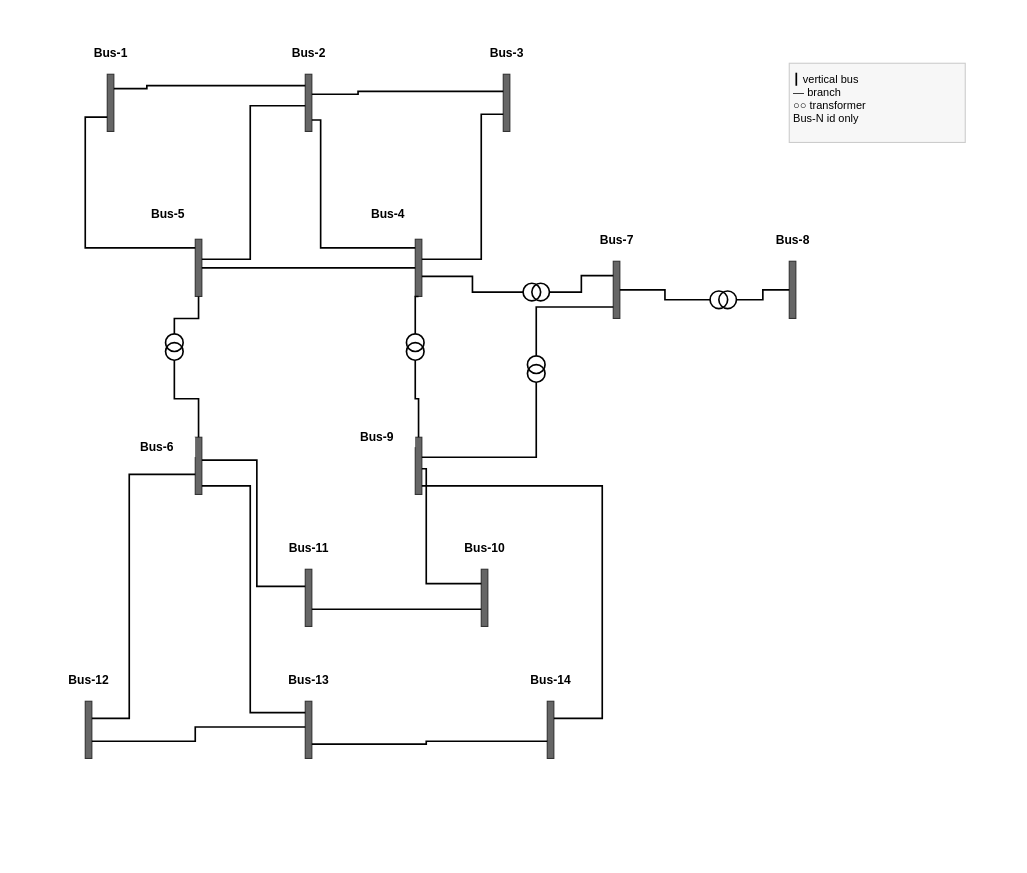
InterPSS-Project/ipss-agent keeps this draw.io diagram as wspace/data/ieee/Ieee14Bus/diagram/ieee14-oneline.drawio. Above is the earlier version. Source tidied: cells renumbered, new cells numbered last; positions are measured from the earlier drawing's top-left corner, leaving out a move shared by most shapes. Both pictures are drawn from the tidied source at 110%, with x=0, y=0 at pixel (19, 19).
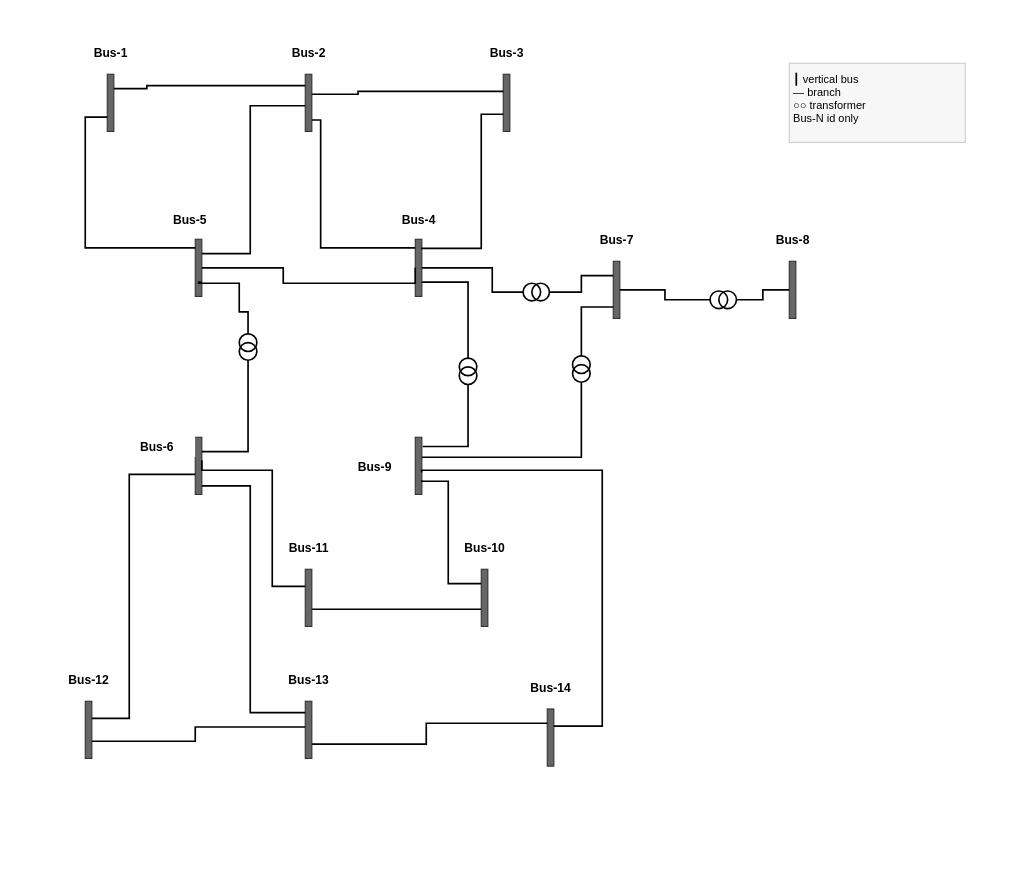
The same page after the edit.

Unchanged cells that the change refers to:
```xml
<mxCell id="6" style="rounded=0;fillColor=#666666;strokeColor=#333333;" parent="1" vertex="1">
  <mxGeometry x="260" y="50" width="6" height="52" as="geometry" />
</mxCell>
<mxCell id="8" style="rounded=0;fillColor=#666666;strokeColor=#333333;" parent="1" vertex="1">
  <mxGeometry x="440" y="50" width="6" height="52" as="geometry" />
</mxCell>
<mxCell id="10" style="rounded=0;fillColor=#666666;strokeColor=#333333;" parent="1" vertex="1">
  <mxGeometry x="360" y="200" width="6" height="52" as="geometry" />
</mxCell>
<mxCell id="12" style="rounded=0;fillColor=#666666;strokeColor=#333333;" parent="1" vertex="1">
  <mxGeometry x="160" y="200" width="6" height="52" as="geometry" />
</mxCell>
<mxCell id="18" style="rounded=0;fillColor=#666666;strokeColor=#333333;" parent="1" vertex="1">
  <mxGeometry x="160" y="380" width="6" height="52" as="geometry" />
</mxCell>
<mxCell id="20" style="rounded=0;fillColor=#666666;strokeColor=#333333;" parent="1" vertex="1">
  <mxGeometry x="360" y="380" width="6" height="52" as="geometry" />
</mxCell>
<mxCell id="22" style="rounded=0;fillColor=#666666;strokeColor=#333333;" parent="1" vertex="1">
  <mxGeometry x="260" y="500" width="6" height="52" as="geometry" />
</mxCell>
<mxCell id="24" style="rounded=0;fillColor=#666666;strokeColor=#333333;" parent="1" vertex="1">
  <mxGeometry x="420" y="500" width="6" height="52" as="geometry" />
</mxCell>
<mxCell id="28" style="rounded=0;fillColor=#666666;strokeColor=#333333;" parent="1" vertex="1">
  <mxGeometry x="260" y="620" width="6" height="52" as="geometry" />
</mxCell>
<mxCell id="61" style="ellipse;fillColor=none;strokeColor=#000000;strokeWidth=1.5;" parent="60" vertex="1">
  <mxGeometry width="16" height="16" as="geometry" />
</mxCell>
<mxCell id="62" style="ellipse;fillColor=none;strokeColor=#000000;strokeWidth=1.5;" parent="60" vertex="1">
  <mxGeometry y="8" width="16" height="16" as="geometry" />
</mxCell>
<mxCell id="67" style="ellipse;fillColor=none;strokeColor=#000000;strokeWidth=1.5;" parent="66" vertex="1">
  <mxGeometry width="16" height="16" as="geometry" />
</mxCell>
<mxCell id="68" style="ellipse;fillColor=none;strokeColor=#000000;strokeWidth=1.5;" parent="66" vertex="1">
  <mxGeometry y="8" width="16" height="16" as="geometry" />
</mxCell>
<mxCell id="70" style="ellipse;fillColor=none;strokeColor=#000000;strokeWidth=1.5;" parent="69" vertex="1">
  <mxGeometry width="16" height="16" as="geometry" />
</mxCell>
```

The edit, as a diff of the source:
```diff
@@
     <mxCell id="11" value="Bus-4" style="text;html=1;fontSize=11;fontStyle=1;fontColor=#000000;align=center;verticalAlign=middle;labelBackgroundColor=#FFFFFF;fillColor=#FFFFFF;strokeColor=none;" parent="1" vertex="1">
-      <mxGeometry x="300" y="168" width="70" height="18" as="geometry" />
+      <mxGeometry x="328" y="174" width="70" height="18" as="geometry" />
     </mxCell>
@@
     <mxCell id="13" value="Bus-5" style="text;html=1;fontSize=11;fontStyle=1;fontColor=#000000;align=center;verticalAlign=middle;labelBackgroundColor=#FFFFFF;fillColor=#FFFFFF;strokeColor=none;" parent="1" vertex="1">
-      <mxGeometry x="100" y="168" width="70" height="18" as="geometry" />
+      <mxGeometry x="120" y="174" width="70" height="18" as="geometry" />
     </mxCell>
@@
     <mxCell id="21" value="Bus-9" style="text;html=1;fontSize=11;fontStyle=1;fontColor=#000000;align=center;verticalAlign=middle;labelBackgroundColor=#FFFFFF;fillColor=#FFFFFF;strokeColor=none;" parent="1" vertex="1">
-      <mxGeometry x="290" y="371" width="70" height="18" as="geometry" />
+      <mxGeometry x="288" y="398" width="70" height="18" as="geometry" />
     </mxCell>
@@
     <mxCell id="30" style="rounded=0;fillColor=#666666;strokeColor=#333333;" parent="1" vertex="1">
-      <mxGeometry x="480" y="620" width="6" height="52" as="geometry" />
+      <mxGeometry x="480" y="627" width="6" height="52" as="geometry" />
     </mxCell>
     <mxCell id="31" value="Bus-14" style="text;html=1;fontSize=11;fontStyle=1;fontColor=#000000;align=center;verticalAlign=middle;labelBackgroundColor=#FFFFFF;fillColor=#FFFFFF;strokeColor=none;" parent="1" vertex="1">
-      <mxGeometry x="448" y="592" width="70" height="18" as="geometry" />
+      <mxGeometry x="448" y="599" width="70" height="18" as="geometry" />
     </mxCell>
@@
-    <mxCell id="36" style="endArrow=none;html=1;rounded=0;jettySize=auto;strokeColor=#000000;strokeWidth=1.5;edgeStyle=orthogonalEdgeStyle;exitX=0;exitY=0.55;entryX=1;entryY=0.35;" parent="1" edge="1" source="6" target="12">
+    <mxCell id="36" style="endArrow=none;html=1;rounded=0;jettySize=auto;strokeColor=#000000;strokeWidth=1.5;edgeStyle=orthogonalEdgeStyle;exitX=0;exitY=0.55;entryX=1;entryY=0.25;entryDx=0;entryDy=0;" parent="1" edge="1" source="6" target="12">
       <mxGeometry relative="1" as="geometry">
         <Array as="points">
           <mxPoint x="210" y="78.6" />
-          <mxPoint x="210" y="218.2" />
+          <mxPoint x="210" y="213" />
         </Array>
       </mxGeometry>
     </mxCell>
-    <mxCell id="37" style="endArrow=none;html=1;rounded=0;jettySize=auto;strokeColor=#000000;strokeWidth=1.5;edgeStyle=orthogonalEdgeStyle;exitX=0;exitY=0.7;entryX=1;entryY=0.35;" parent="1" edge="1" source="8" target="10">
+    <mxCell id="37" style="endArrow=none;html=1;rounded=0;jettySize=auto;strokeColor=#000000;strokeWidth=1.5;edgeStyle=orthogonalEdgeStyle;exitX=0;exitY=0.7;entryX=0.889;entryY=0.16;entryDx=0;entryDy=0;entryPerimeter=0;" parent="1" edge="1" source="8" target="10">
       <mxGeometry relative="1" as="geometry">
         <Array as="points">
           <mxPoint x="420" y="86.4" />
-          <mxPoint x="420" y="218.2" />
+          <mxPoint x="420" y="208.3" />
         </Array>
       </mxGeometry>
     </mxCell>
     <mxCell id="38" style="endArrow=none;html=1;rounded=0;jettySize=auto;strokeColor=#000000;strokeWidth=1.5;edgeStyle=orthogonalEdgeStyle;exitX=0;exitY=0.5;entryX=1;entryY=0.5;" parent="1" edge="1" source="10" target="12">
       <mxGeometry relative="1" as="geometry">
         <Array as="points">
-          <mxPoint x="260" y="226" />
-          <mxPoint x="260" y="226" />
+          <mxPoint x="360" y="240" />
+          <mxPoint x="240" y="240" />
+          <mxPoint x="240" y="226" />
         </Array>
       </mxGeometry>
     </mxCell>
-    <mxCell id="39" style="endArrow=none;html=1;rounded=0;jettySize=auto;strokeColor=#000000;strokeWidth=1.5;edgeStyle=orthogonalEdgeStyle;exitX=1;exitY=0.65;entryX=0;entryY=0.5;" parent="1" edge="1" source="10" target="70">
-      <mxGeometry relative="1" as="geometry" />
+    <mxCell id="39" style="endArrow=none;html=1;rounded=0;jettySize=auto;strokeColor=#000000;strokeWidth=1.5;edgeStyle=orthogonalEdgeStyle;exitX=1;exitY=0.5;entryX=0;entryY=0.5;exitDx=0;exitDy=0;" parent="1" edge="1" source="10" target="70">
+      <mxGeometry relative="1" as="geometry">
+        <Array as="points">
+          <mxPoint x="430" y="226" />
+          <mxPoint x="430" y="248" />
+        </Array>
+      </mxGeometry>
     </mxCell>
@@
-    <mxCell id="41" style="endArrow=none;html=1;rounded=0;jettySize=auto;strokeColor=#000000;strokeWidth=1.5;edgeStyle=orthogonalEdgeStyle;exitX=0.5;exitY=1;entryX=0.5;entryY=0;" parent="1" edge="1" source="10" target="61">
-      <mxGeometry relative="1" as="geometry" />
+    <mxCell id="41" style="endArrow=none;html=1;rounded=0;jettySize=auto;strokeColor=#000000;strokeWidth=1.5;edgeStyle=orthogonalEdgeStyle;exitX=1;exitY=0.75;entryX=0.5;entryY=0;exitDx=0;exitDy=0;" parent="1" edge="1" source="10" target="61">
+      <mxGeometry relative="1" as="geometry">
+        <Array as="points">
+          <mxPoint x="408" y="239" />
+        </Array>
+      </mxGeometry>
     </mxCell>
-    <mxCell id="42" style="endArrow=none;html=1;rounded=0;jettySize=auto;strokeColor=#000000;strokeWidth=1.5;edgeStyle=orthogonalEdgeStyle;exitX=0.5;exitY=1;entryX=0.5;entryY=0;" parent="1" edge="1" source="62" target="20">
+    <mxCell id="42" style="endArrow=none;html=1;rounded=0;jettySize=auto;strokeColor=#000000;strokeWidth=1.5;edgeStyle=orthogonalEdgeStyle;exitX=0.5;exitY=1;entryX=1.133;entryY=0.162;entryDx=0;entryDy=0;entryPerimeter=0;" parent="1" edge="1" source="62" target="20">
       <mxGeometry relative="1" as="geometry" />
     </mxCell>
-    <mxCell id="43" style="endArrow=none;html=1;rounded=0;jettySize=auto;strokeColor=#000000;strokeWidth=1.5;edgeStyle=orthogonalEdgeStyle;exitX=0.5;exitY=1;entryX=0.5;entryY=0;" parent="1" edge="1" source="12" target="67">
-      <mxGeometry relative="1" as="geometry" />
+    <mxCell id="43" style="endArrow=none;html=1;rounded=0;jettySize=auto;strokeColor=#000000;strokeWidth=1.5;edgeStyle=orthogonalEdgeStyle;exitX=1;exitY=0.75;entryX=0.5;entryY=0;exitDx=0;exitDy=0;" parent="1" edge="1" source="12" target="67">
+      <mxGeometry relative="1" as="geometry">
+        <Array as="points">
+          <mxPoint x="163.1" y="239" />
+          <mxPoint x="163.1" y="240" />
+          <mxPoint x="200" y="240" />
+          <mxPoint x="200" y="266" />
+          <mxPoint x="208" y="266" />
+        </Array>
+      </mxGeometry>
     </mxCell>
-    <mxCell id="44" style="endArrow=none;html=1;rounded=0;jettySize=auto;strokeColor=#000000;strokeWidth=1.5;edgeStyle=orthogonalEdgeStyle;exitX=0.5;exitY=1;entryX=0.5;entryY=0;" parent="1" edge="1" source="68" target="18">
+    <mxCell id="44" style="endArrow=none;html=1;rounded=0;jettySize=auto;strokeColor=#000000;strokeWidth=1.5;edgeStyle=orthogonalEdgeStyle;exitX=0.5;exitY=1;entryX=1;entryY=0.25;entryDx=0;entryDy=0;" parent="1" edge="1" source="68" target="18">
       <mxGeometry relative="1" as="geometry" />
     </mxCell>
     <mxCell id="45" style="endArrow=none;html=1;rounded=0;jettySize=auto;strokeColor=#000000;strokeWidth=1.5;edgeStyle=orthogonalEdgeStyle;exitX=1;exitY=0.4;entryX=0;entryY=0.3;" parent="1" edge="1" source="18" target="22">
       <mxGeometry relative="1" as="geometry">
         <Array as="points">
-          <mxPoint x="216" y="400.8" />
-          <mxPoint x="216" y="515.6" />
+          <mxPoint x="166" y="410" />
+          <mxPoint x="230" y="410" />
+          <mxPoint x="230" y="515.6" />
         </Array>
       </mxGeometry>
     </mxCell>
@@
-    <mxCell id="52" style="endArrow=none;html=1;rounded=0;jettySize=auto;strokeColor=#000000;strokeWidth=1.5;edgeStyle=orthogonalEdgeStyle;exitX=1;exitY=0.55;entryX=0;entryY=0.25;" parent="1" edge="1" source="20" target="24">
+    <mxCell id="52" style="endArrow=none;html=1;rounded=0;jettySize=auto;strokeColor=#000000;strokeWidth=1.5;edgeStyle=orthogonalEdgeStyle;exitX=1;exitY=0.75;entryX=0;entryY=0.25;exitDx=0;exitDy=0;" parent="1" edge="1" source="20" target="24">
       <mxGeometry relative="1" as="geometry">
         <Array as="points">
-          <mxPoint x="370" y="408.6" />
-          <mxPoint x="370" y="513" />
+          <mxPoint x="366" y="420" />
+          <mxPoint x="390" y="420" />
+          <mxPoint x="390" y="513" />
         </Array>
       </mxGeometry>
     </mxCell>
-    <mxCell id="53" style="endArrow=none;html=1;rounded=0;jettySize=auto;strokeColor=#000000;strokeWidth=1.5;edgeStyle=orthogonalEdgeStyle;exitX=1;exitY=0.85;entryX=1;entryY=0.3;" parent="1" edge="1" source="20" target="30">
+    <mxCell id="53" style="endArrow=none;html=1;rounded=0;jettySize=auto;strokeColor=#000000;strokeWidth=1.5;edgeStyle=orthogonalEdgeStyle;exitX=0.958;exitY=0.615;entryX=1;entryY=0.3;exitDx=0;exitDy=0;exitPerimeter=0;" parent="1" edge="1" source="20" target="30">
       <mxGeometry relative="1" as="geometry">
         <Array as="points">
-          <mxPoint x="530" y="424.2" />
-          <mxPoint x="530" y="635.6" />
+          <mxPoint x="365.7" y="410" />
+          <mxPoint x="530" y="410" />
+          <mxPoint x="530" y="642.6" />
         </Array>
       </mxGeometry>
     </mxCell>
@@
-    <mxCell id="56" style="endArrow=none;html=1;rounded=0;jettySize=auto;strokeColor=#000000;strokeWidth=1.5;edgeStyle=orthogonalEdgeStyle;exitX=1;exitY=0.75;entryX=0;entryY=0.7;" parent="1" edge="1" source="28" target="30">
+    <mxCell id="56" style="endArrow=none;html=1;rounded=0;jettySize=auto;strokeColor=#000000;strokeWidth=1.5;edgeStyle=orthogonalEdgeStyle;exitX=1;exitY=0.75;entryX=0;entryY=0.25;entryDx=0;entryDy=0;" parent="1" edge="1" source="28" target="30">
       <mxGeometry relative="1" as="geometry">
         <Array as="points">
           <mxPoint x="370" y="659" />
-          <mxPoint x="370" y="656.4" />
+          <mxPoint x="370" y="640" />
         </Array>
       </mxGeometry>
     </mxCell>
     <mxCell id="57" style="group;" parent="1" vertex="1">
-      <mxGeometry x="462" y="306" width="16" height="24" as="geometry" />
+      <mxGeometry x="503" y="306" width="16" height="24" as="geometry" />
     </mxCell>
@@
     <mxCell id="60" style="group;" parent="1" vertex="1">
-      <mxGeometry x="352" y="286" width="16" height="24" as="geometry" />
+      <mxGeometry x="400" y="308" width="16" height="24" as="geometry" />
     </mxCell>
@@
     <mxCell id="66" style="group;" parent="1" vertex="1">
-      <mxGeometry x="133" y="286" width="16" height="24" as="geometry" />
+      <mxGeometry x="200" y="286" width="16" height="24" as="geometry" />
     </mxCell>
```
